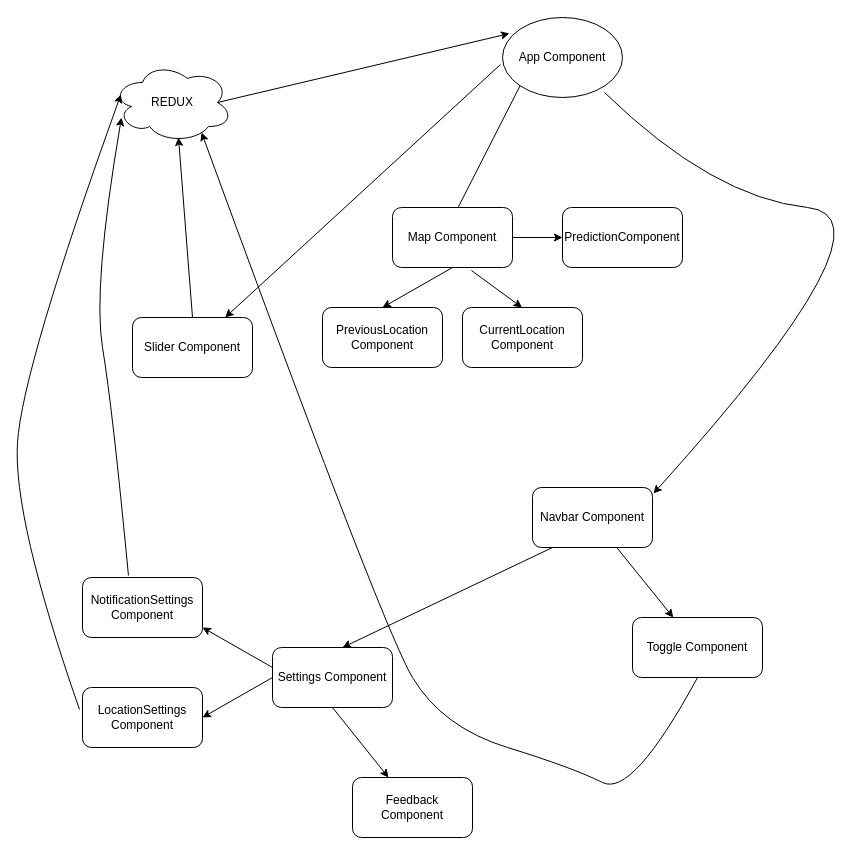
Before: TreeDiagram.drawio in youngzliu/CapstonePlanning, a draw.io diagram. Source tidied: cells renumbered, new cells numbered last; positions are measured from the earlier drawing's top-left corner, leaving out a move shared by most shapes. Both pictures are drawn from the tidied source at 100%, with x=0, y=0 at pixel (12, 17).
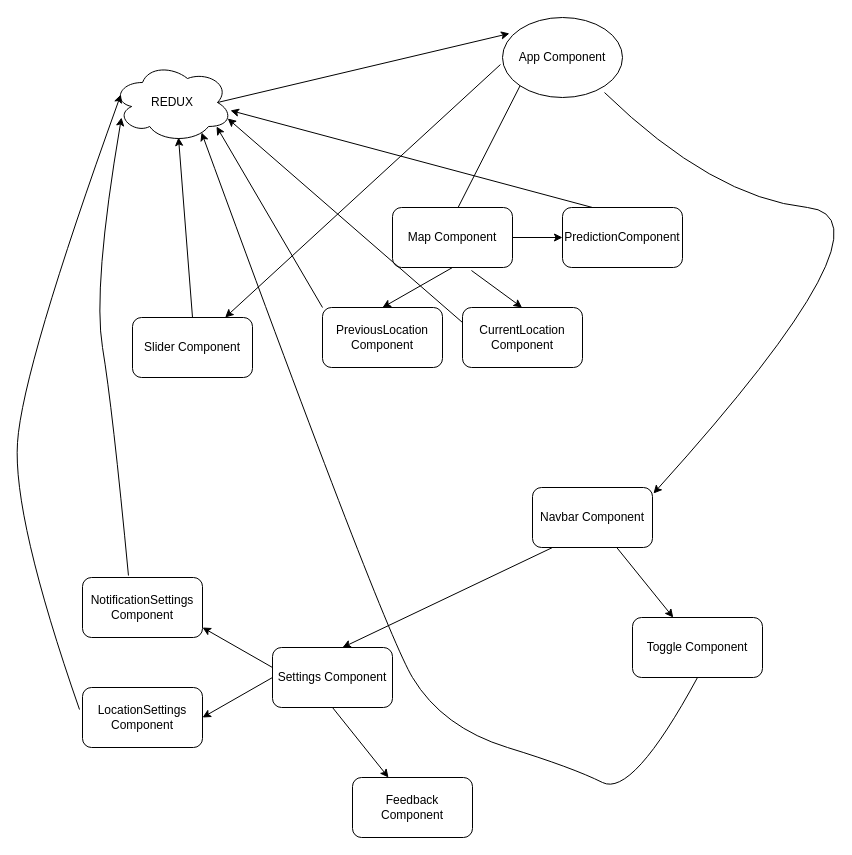
The same diagram, later.

Commit message (it also covers changes not shown here):
update tree diagram with various connections to redux

The change refers to these unchanged cells:
```xml
<mxCell id="8" value="REDUX" style="ellipse;shape=cloud;whiteSpace=wrap;html=1;" parent="1" vertex="1">
  <mxGeometry x="100" y="45" width="120" height="80" as="geometry" />
</mxCell>
<mxCell id="14" value="CurrentLocation Component&lt;br&gt;" style="rounded=1;whiteSpace=wrap;html=1;" parent="1" vertex="1">
  <mxGeometry x="450" y="290" width="120" height="60" as="geometry" />
</mxCell>
```

The edit, as a diff of the source:
```diff
@@
+    <mxCell id="31" style="endArrow=classic;html=1;entryX=0.867;entryY=0.8;entryDx=0;entryDy=0;entryPerimeter=0;" parent="1" edge="1" target="8">
+      <mxGeometry relative="1" as="geometry">
+        <mxPoint x="310" y="290" as="sourcePoint" />
+      </mxGeometry>
+    </mxCell>
+    <mxCell id="32" style="endArrow=classic;html=1;exitX=0;exitY=0.25;exitDx=0;exitDy=0;entryX=0.96;entryY=0.7;entryDx=0;entryDy=0;entryPerimeter=0;" parent="1" edge="1" source="14" target="8">
+      <mxGeometry relative="1" as="geometry" />
+    </mxCell>
+    <mxCell id="33" style="endArrow=classic;html=1;entryX=0.983;entryY=0.6;entryDx=0;entryDy=0;entryPerimeter=0;" parent="1" edge="1" target="8">
+      <mxGeometry relative="1" as="geometry">
+        <mxPoint x="580" y="190" as="sourcePoint" />
+      </mxGeometry>
+    </mxCell>
```
